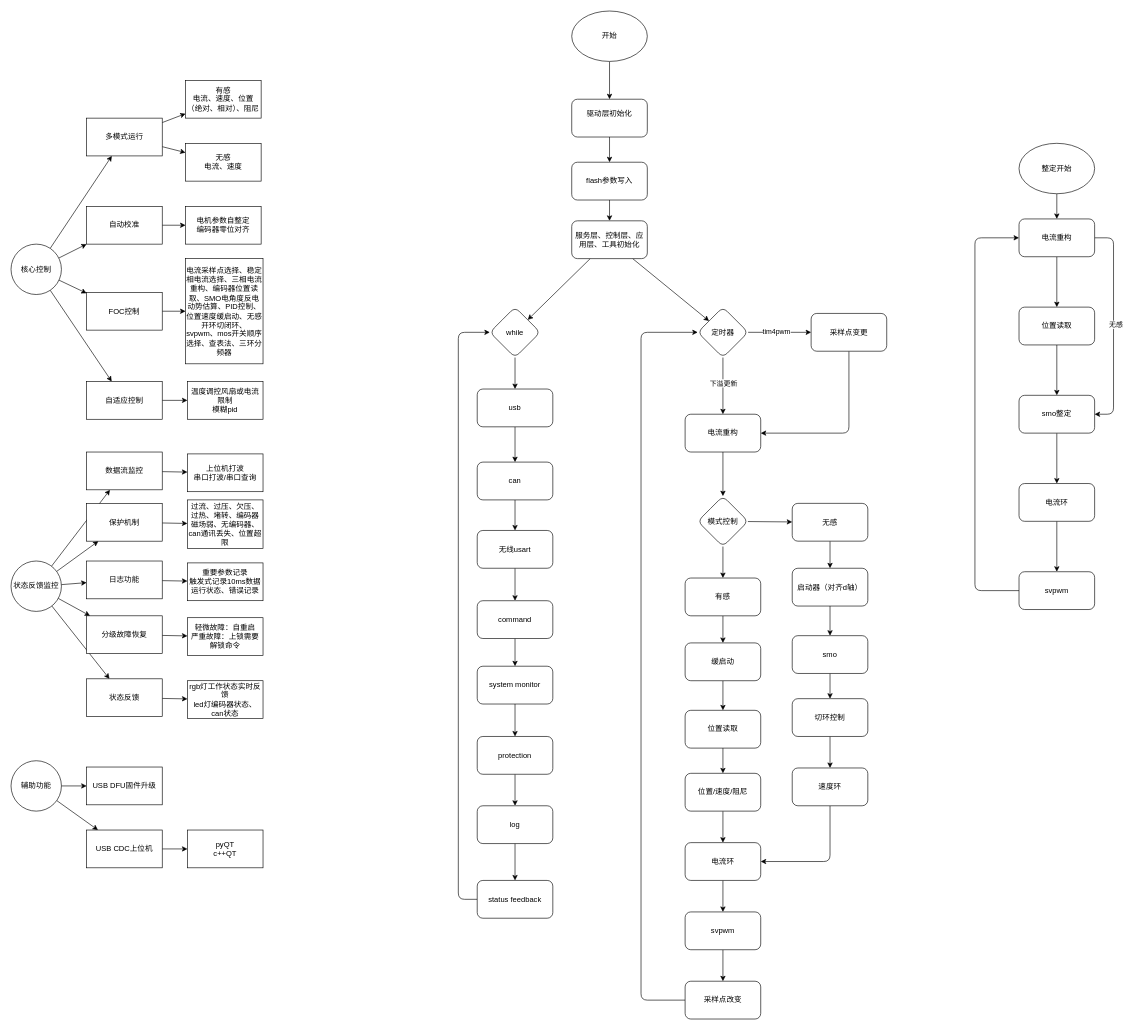
The draw.io diagram XDr/Code/XDrive/core.drawio in xiaowang-rob/User_Item, before the edit. Source tidied: cells renumbered, new cells numbered last; positions are measured from the earlier drawing's top-left corner, leaving out a move shared by most shapes. Both pictures are drawn from the tidied source at 63%, with x=0, y=0 at pixel (11, 11).
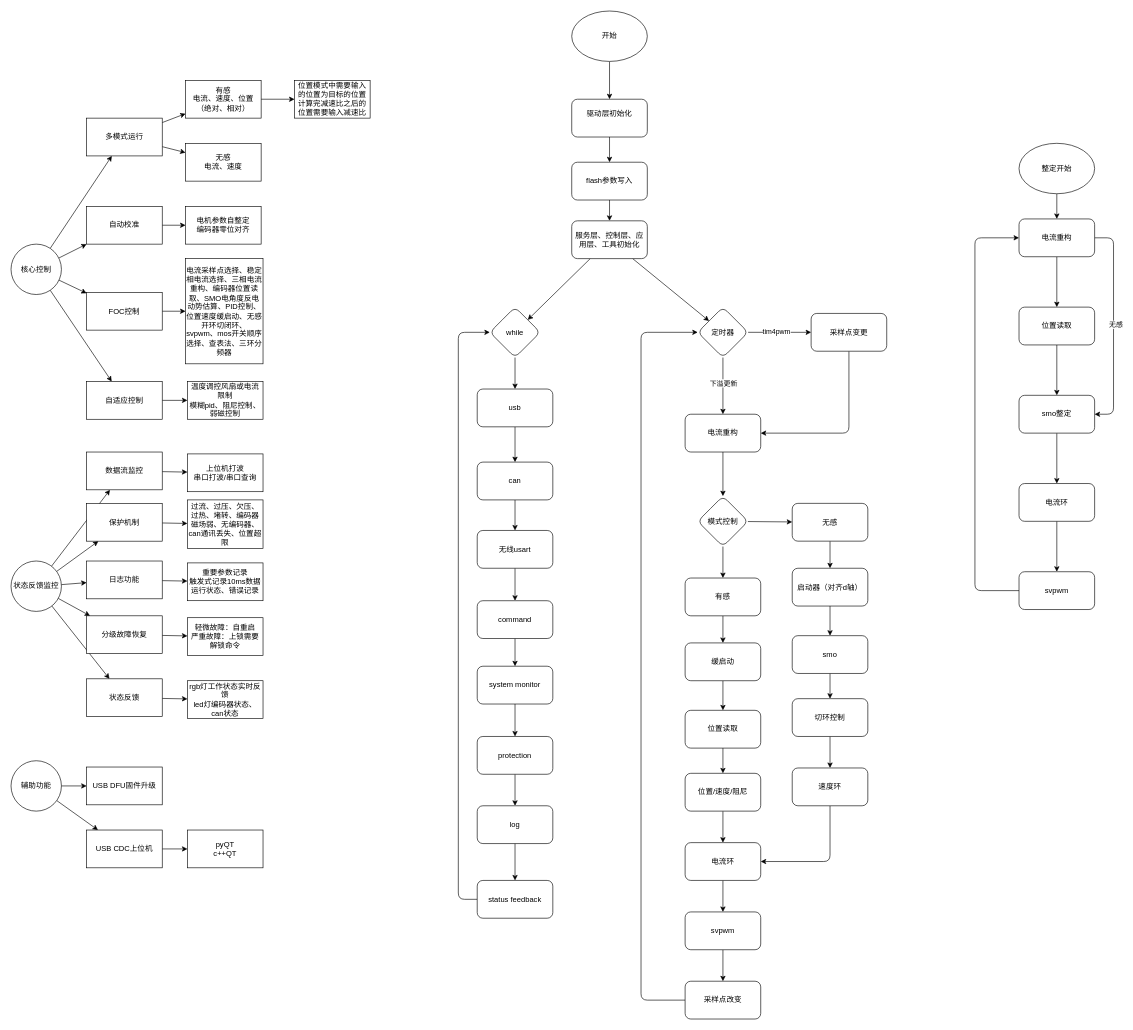
The same diagram, later.

Diff of the diagram source:
```diff
@@
+    <mxCell id="126" style="edgeStyle=none;html=1;" parent="1" edge="1" source="19" target="127">
+      <mxGeometry relative="1" as="geometry" />
+    </mxCell>
-    <mxCell id="19" value="有感&lt;div&gt;电流、速度、位置（绝对、相对）、阻尼&lt;/div&gt;" style="whiteSpace=wrap;html=1;" parent="1" vertex="1">
+    <mxCell id="19" value="有感&lt;div&gt;电流、速度、位置（绝对、相对）&lt;/div&gt;" style="whiteSpace=wrap;html=1;" parent="1" vertex="1">
       <mxGeometry x="277" y="110" width="120" height="60" as="geometry" />
     </mxCell>
@@
-    <mxCell id="29" value="温度调控风扇或电流限制&lt;div&gt;模糊pid&lt;/div&gt;" style="whiteSpace=wrap;html=1;" parent="1" vertex="1">
+    <mxCell id="29" value="温度调控风扇或电流限制&lt;div&gt;模糊pid、阻尼控制、弱磁控制&lt;/div&gt;" style="whiteSpace=wrap;html=1;" parent="1" vertex="1">
       <mxGeometry x="280" y="588" width="120" height="60" as="geometry" />
     </mxCell>
@@
+    <mxCell id="127" value="位置模式中需要输入的位置为目标的位置&lt;div&gt;计算完减速比之后的位置需要输入减速比&lt;/div&gt;" style="whiteSpace=wrap;html=1;" parent="1" vertex="1">
+      <mxGeometry x="450" y="110" width="120" height="60" as="geometry" />
+    </mxCell>
```
